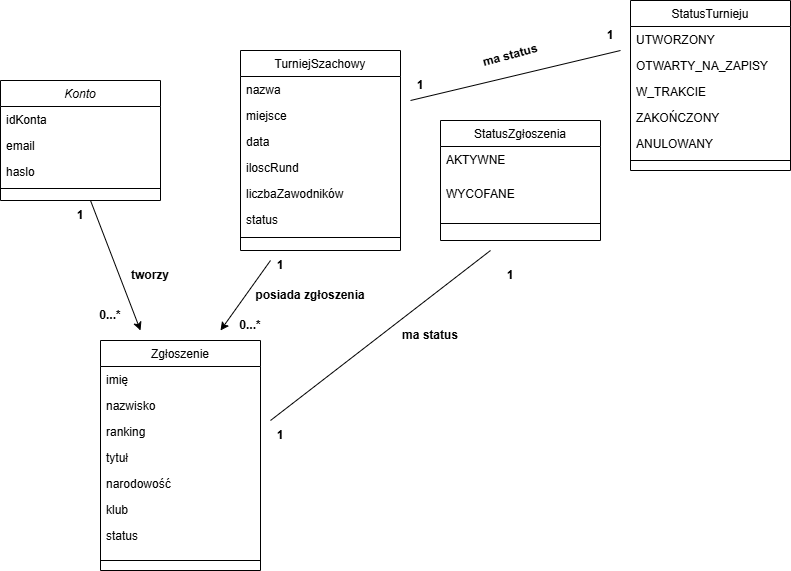
Before: diagramy uml/diagramy/Diagram klas.png, a diagram exported from draw.io (Winchesss/IO-projekt). Source tidied: cells renumbered, new cells last; positions are measured from the earlier drawing's top-left corner, leaving out a move shared by most shapes.
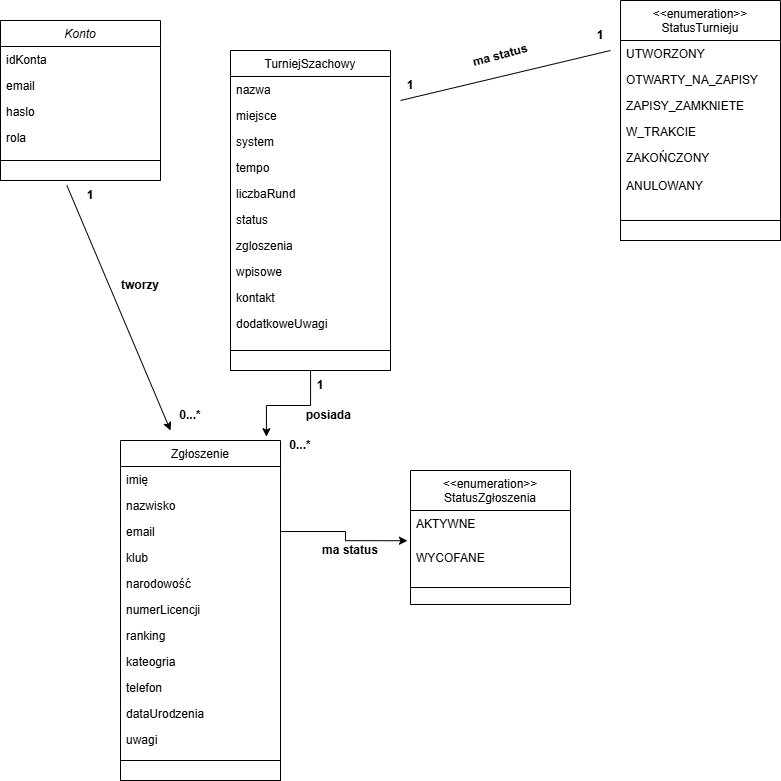
Above is the later version.

What changed in the source:
```diff
@@ -3,7 +3,7 @@
     <mxCell id="0" />
     <mxCell id="1" parent="0" />
     <mxCell id="2" value="Konto" style="swimlane;fontStyle=2;align=center;verticalAlign=top;horizontal=1;startSize=26;rounded=0;shadow=0;strokeWidth=1;" parent="1" vertex="1">
-      <mxGeometry y="80" width="160" height="120" as="geometry" />
+      <mxGeometry x="10" y="20" width="160" height="140" as="geometry" />
     </mxCell>
     <mxCell id="3" value="idKonta" style="text;align=left;verticalAlign=top;spacingLeft=4;spacingRight=4;overflow=hidden;" parent="2" vertex="1">
       <mxGeometry y="26" width="160" height="26" as="geometry" />
@@ -11,14 +11,14 @@
     <mxCell id="4" value="email" style="text;align=left;verticalAlign=top;spacingLeft=4;spacingRight=4;overflow=hidden;rounded=0;shadow=0;html=0;" parent="2" vertex="1">
       <mxGeometry y="52" width="160" height="26" as="geometry" />
     </mxCell>
-    <mxCell id="5" value="haslo" style="text;align=left;verticalAlign=top;spacingLeft=4;spacingRight=4;overflow=hidden;" parent="2" vertex="1">
+    <mxCell id="5" value="haslo&#10;&#10;rola" style="text;align=left;verticalAlign=top;spacingLeft=4;spacingRight=4;overflow=hidden;" parent="2" vertex="1">
       <mxGeometry y="78" width="160" height="26" as="geometry" />
     </mxCell>
-    <mxCell id="6" style="line;html=1;strokeWidth=1;align=left;verticalAlign=middle;spacingTop=-1;spacingLeft=3;spacingRight=3;labelPosition=right;" parent="2" vertex="1">
-      <mxGeometry y="104" width="160" height="8" as="geometry" />
-    </mxCell>
+    <mxCell id="51" value="rola" style="text;align=left;verticalAlign=top;spacingLeft=4;spacingRight=4;overflow=hidden;" parent="2" vertex="1">
+      <mxGeometry y="104" width="160" height="26" as="geometry" />
+    </mxCell>
     <mxCell id="7" value="Zgłoszenie" style="swimlane;fontStyle=0;align=center;verticalAlign=top;horizontal=1;startSize=26;rounded=0;shadow=0;strokeWidth=1;" parent="1" vertex="1">
-      <mxGeometry x="100" y="340" width="160" height="230" as="geometry" />
+      <mxGeometry x="130" y="440" width="160" height="320" as="geometry" />
     </mxCell>
     <mxCell id="8" value="imię" style="text;align=left;verticalAlign=top;spacingLeft=4;spacingRight=4;overflow=hidden;" parent="7" vertex="1">
       <mxGeometry y="26" width="160" height="26" as="geometry" />
@@ -26,41 +26,47 @@
     <mxCell id="9" value="nazwisko" style="text;align=left;verticalAlign=top;spacingLeft=4;spacingRight=4;overflow=hidden;rounded=0;shadow=0;html=0;" parent="7" vertex="1">
       <mxGeometry y="52" width="160" height="26" as="geometry" />
     </mxCell>
-    <mxCell id="10" value="ranking" style="text;align=left;verticalAlign=top;spacingLeft=4;spacingRight=4;overflow=hidden;points=[[0,0.5],[1,0.5]];portConstraint=eastwest;rounded=0;shadow=0;html=0;" parent="7" vertex="1">
+    <mxCell id="10" value="email" style="text;align=left;verticalAlign=top;spacingLeft=4;spacingRight=4;overflow=hidden;points=[[0,0.5],[1,0.5]];portConstraint=eastwest;rounded=0;shadow=0;html=0;" parent="7" vertex="1">
       <mxGeometry y="78" width="160" height="26" as="geometry" />
     </mxCell>
-    <mxCell id="11" value="tytuł" style="text;align=left;verticalAlign=top;spacingLeft=4;spacingRight=4;overflow=hidden;rounded=0;shadow=0;html=0;" parent="7" vertex="1">
+    <mxCell id="11" value="klub" style="text;align=left;verticalAlign=top;spacingLeft=4;spacingRight=4;overflow=hidden;rounded=0;shadow=0;html=0;" parent="7" vertex="1">
       <mxGeometry y="104" width="160" height="26" as="geometry" />
     </mxCell>
     <mxCell id="12" value="narodowość" style="text;align=left;verticalAlign=top;spacingLeft=4;spacingRight=4;overflow=hidden;rounded=0;shadow=0;html=0;" parent="7" vertex="1">
       <mxGeometry y="130" width="160" height="26" as="geometry" />
     </mxCell>
-    <mxCell id="13" value="klub" style="text;align=left;verticalAlign=top;spacingLeft=4;spacingRight=4;overflow=hidden;rounded=0;shadow=0;html=0;" parent="7" vertex="1">
+    <mxCell id="13" value="numerLicencji" style="text;align=left;verticalAlign=top;spacingLeft=4;spacingRight=4;overflow=hidden;rounded=0;shadow=0;html=0;" parent="7" vertex="1">
       <mxGeometry y="156" width="160" height="26" as="geometry" />
     </mxCell>
-    <mxCell id="14" value="status" style="text;align=left;verticalAlign=top;spacingLeft=4;spacingRight=4;overflow=hidden;rounded=0;shadow=0;html=0;" parent="7" vertex="1">
+    <mxCell id="14" value="ranking" style="text;align=left;verticalAlign=top;spacingLeft=4;spacingRight=4;overflow=hidden;rounded=0;shadow=0;html=0;" parent="7" vertex="1">
       <mxGeometry y="182" width="160" height="26" as="geometry" />
     </mxCell>
-    <mxCell id="15" style="endArrow=none;html=1;rounded=0;" parent="7" edge="1">
-      <mxGeometry relative="1" as="geometry">
-        <mxPoint y="220" as="sourcePoint" />
-        <mxPoint x="160" y="220" as="targetPoint" />
-      </mxGeometry>
-    </mxCell>
+    <mxCell id="52" value="kateogria" style="text;align=left;verticalAlign=top;spacingLeft=4;spacingRight=4;overflow=hidden;rounded=0;shadow=0;html=0;" parent="7" vertex="1">
+      <mxGeometry y="208" width="160" height="26" as="geometry" />
+    </mxCell>
+    <mxCell id="53" value="telefon" style="text;align=left;verticalAlign=top;spacingLeft=4;spacingRight=4;overflow=hidden;rounded=0;shadow=0;html=0;" parent="7" vertex="1">
+      <mxGeometry y="234" width="160" height="26" as="geometry" />
+    </mxCell>
+    <mxCell id="54" value="dataUrodzenia" style="text;align=left;verticalAlign=top;spacingLeft=4;spacingRight=4;overflow=hidden;rounded=0;shadow=0;html=0;" parent="7" vertex="1">
+      <mxGeometry y="260" width="160" height="26" as="geometry" />
+    </mxCell>
+    <mxCell id="55" value="uwagi" style="text;align=left;verticalAlign=top;spacingLeft=4;spacingRight=4;overflow=hidden;rounded=0;shadow=0;html=0;" parent="7" vertex="1">
+      <mxGeometry y="286" width="160" height="26" as="geometry" />
+    </mxCell>
-    <mxCell id="16" value="StatusZgłoszenia" style="swimlane;fontStyle=0;align=center;verticalAlign=top;horizontal=1;startSize=26;rounded=0;shadow=0;strokeWidth=1;" parent="1" vertex="1">
-      <mxGeometry x="440" y="120" width="160" height="120" as="geometry" />
+    <mxCell id="16" value="&lt;&lt;enumeration&gt;&gt;&#10;StatusZgłoszenia" style="swimlane;fontStyle=0;align=center;verticalAlign=top;horizontal=1;startSize=40;rounded=0;shadow=0;strokeWidth=1;" parent="1" vertex="1">
+      <mxGeometry x="420" y="470" width="160" height="134" as="geometry" />
     </mxCell>
     <mxCell id="17" value="AKTYWNE" style="text;align=left;verticalAlign=top;spacingLeft=4;spacingRight=4;overflow=hidden;" parent="16" vertex="1">
-      <mxGeometry y="26" width="160" height="34" as="geometry" />
+      <mxGeometry y="40" width="160" height="34" as="geometry" />
     </mxCell>
     <mxCell id="18" value="WYCOFANE" style="text;align=left;verticalAlign=top;spacingLeft=4;spacingRight=4;overflow=hidden;points=[[0,0.5],[1,0.5]];portConstraint=eastwest;" parent="16" vertex="1">
-      <mxGeometry y="60" width="160" height="26" as="geometry" />
+      <mxGeometry y="74" width="160" height="26" as="geometry" />
     </mxCell>
     <mxCell id="19" style="line;html=1;strokeWidth=1;align=left;verticalAlign=middle;spacingTop=-1;spacingLeft=3;spacingRight=3;labelPosition=right;" parent="16" vertex="1">
-      <mxGeometry y="86" width="160" height="34" as="geometry" />
+      <mxGeometry y="100" width="160" height="34" as="geometry" />
     </mxCell>
     <mxCell id="20" value="TurniejSzachowy" style="swimlane;fontStyle=0;align=center;verticalAlign=top;horizontal=1;startSize=26;rounded=0;shadow=0;strokeWidth=1;" parent="1" vertex="1">
-      <mxGeometry x="240" y="50" width="160" height="200" as="geometry" />
+      <mxGeometry x="240" y="50" width="160" height="300" as="geometry" />
     </mxCell>
     <mxCell id="21" value="nazwa" style="text;align=left;verticalAlign=top;spacingLeft=4;spacingRight=4;overflow=hidden;" parent="20" vertex="1">
       <mxGeometry y="26" width="160" height="26" as="geometry" />
@@ -68,86 +74,73 @@
     <mxCell id="22" value="miejsce" style="text;align=left;verticalAlign=top;spacingLeft=4;spacingRight=4;overflow=hidden;rounded=0;shadow=0;html=0;" parent="20" vertex="1">
       <mxGeometry y="52" width="160" height="26" as="geometry" />
     </mxCell>
-    <mxCell id="23" value="data" style="text;align=left;verticalAlign=top;spacingLeft=4;spacingRight=4;overflow=hidden;rounded=0;shadow=0;html=0;" parent="20" vertex="1">
+    <mxCell id="23" value="system" style="text;align=left;verticalAlign=top;spacingLeft=4;spacingRight=4;overflow=hidden;rounded=0;shadow=0;html=0;" parent="20" vertex="1">
       <mxGeometry y="78" width="160" height="26" as="geometry" />
     </mxCell>
-    <mxCell id="24" value="iloscRund" style="text;align=left;verticalAlign=top;spacingLeft=4;spacingRight=4;overflow=hidden;rounded=0;shadow=0;html=0;" parent="20" vertex="1">
+    <mxCell id="24" value="tempo" style="text;align=left;verticalAlign=top;spacingLeft=4;spacingRight=4;overflow=hidden;rounded=0;shadow=0;html=0;" parent="20" vertex="1">
       <mxGeometry y="104" width="160" height="26" as="geometry" />
     </mxCell>
-    <mxCell id="25" value="liczbaZawodników" style="text;align=left;verticalAlign=top;spacingLeft=4;spacingRight=4;overflow=hidden;rounded=0;shadow=0;html=0;" parent="20" vertex="1">
+    <mxCell id="25" value="liczbaRund" style="text;align=left;verticalAlign=top;spacingLeft=4;spacingRight=4;overflow=hidden;rounded=0;shadow=0;html=0;" parent="20" vertex="1">
       <mxGeometry y="130" width="160" height="26" as="geometry" />
     </mxCell>
     <mxCell id="26" value="status" style="text;align=left;verticalAlign=top;spacingLeft=4;spacingRight=4;overflow=hidden;" parent="20" vertex="1">
       <mxGeometry y="156" width="160" height="26" as="geometry" />
     </mxCell>
-    <mxCell id="27" style="line;html=1;strokeWidth=1;align=left;verticalAlign=middle;spacingTop=-1;spacingLeft=3;spacingRight=3;labelPosition=right;" parent="20" vertex="1">
-      <mxGeometry y="182" width="160" height="10" as="geometry" />
-    </mxCell>
+    <mxCell id="56" value="zgloszenia" style="text;align=left;verticalAlign=top;spacingLeft=4;spacingRight=4;overflow=hidden;" parent="20" vertex="1">
+      <mxGeometry y="182" width="160" height="26" as="geometry" />
+    </mxCell>
+    <mxCell id="57" value="wpisowe" style="text;align=left;verticalAlign=top;spacingLeft=4;spacingRight=4;overflow=hidden;" parent="20" vertex="1">
+      <mxGeometry y="208" width="160" height="26" as="geometry" />
+    </mxCell>
+    <mxCell id="58" value="kontakt" style="text;align=left;verticalAlign=top;spacingLeft=4;spacingRight=4;overflow=hidden;" parent="20" vertex="1">
+      <mxGeometry y="234" width="160" height="26" as="geometry" />
+    </mxCell>
+    <mxCell id="59" value="dodatkoweUwagi" style="text;align=left;verticalAlign=top;spacingLeft=4;spacingRight=4;overflow=hidden;" parent="20" vertex="1">
+      <mxGeometry y="260" width="160" height="26" as="geometry" />
+    </mxCell>
-    <mxCell id="28" value="StatusTurnieju" style="swimlane;fontStyle=0;align=center;verticalAlign=top;horizontal=1;startSize=26;rounded=0;shadow=0;strokeWidth=1;" parent="1" vertex="1">
-      <mxGeometry x="630" width="160" height="170" as="geometry" />
+    <mxCell id="28" value="&lt;&lt;enumeration&gt;&gt;&#10;StatusTurnieju" style="swimlane;fontStyle=0;align=center;verticalAlign=top;horizontal=1;startSize=40;rounded=0;shadow=0;strokeWidth=1;" parent="1" vertex="1">
+      <mxGeometry x="630" width="160" height="220" as="geometry" />
     </mxCell>
     <mxCell id="29" value="UTWORZONY" style="text;align=left;verticalAlign=top;spacingLeft=4;spacingRight=4;overflow=hidden;" parent="28" vertex="1">
-      <mxGeometry y="26" width="160" height="26" as="geometry" />
+      <mxGeometry y="40" width="160" height="26" as="geometry" />
     </mxCell>
     <mxCell id="30" value="OTWARTY_NA_ZAPISY" style="text;align=left;verticalAlign=top;spacingLeft=4;spacingRight=4;overflow=hidden;" parent="28" vertex="1">
-      <mxGeometry y="52" width="160" height="26" as="geometry" />
+      <mxGeometry y="66" width="160" height="26" as="geometry" />
     </mxCell>
-    <mxCell id="31" value="W_TRAKCIE" style="text;align=left;verticalAlign=top;spacingLeft=4;spacingRight=4;overflow=hidden;" parent="28" vertex="1">
-      <mxGeometry y="78" width="160" height="26" as="geometry" />
+    <mxCell id="31" value="ZAPISY_ZAMKNIETE" style="text;align=left;verticalAlign=top;spacingLeft=4;spacingRight=4;overflow=hidden;" parent="28" vertex="1">
+      <mxGeometry y="92" width="160" height="26" as="geometry" />
     </mxCell>
-    <mxCell id="32" value="ZAKOŃCZONY" style="text;align=left;verticalAlign=top;spacingLeft=4;spacingRight=4;overflow=hidden;" parent="28" vertex="1">
-      <mxGeometry y="104" width="160" height="26" as="geometry" />
+    <mxCell id="32" value="W_TRAKCIE" style="text;align=left;verticalAlign=top;spacingLeft=4;spacingRight=4;overflow=hidden;" parent="28" vertex="1">
+      <mxGeometry y="118" width="160" height="26" as="geometry" />
     </mxCell>
-    <mxCell id="33" value="ANULOWANY" style="text;align=left;verticalAlign=top;spacingLeft=4;spacingRight=4;overflow=hidden;" parent="28" vertex="1">
-      <mxGeometry y="130" width="160" height="26" as="geometry" />
+    <mxCell id="33" value="ZAKOŃCZONY&#10;&#10;ANULOWANY" style="text;align=left;verticalAlign=top;spacingLeft=4;spacingRight=4;overflow=hidden;" parent="28" vertex="1">
+      <mxGeometry y="144" width="160" as="geometry" />
     </mxCell>
-    <mxCell id="34" style="line;strokeWidth=1;fillColor=none;align=left;verticalAlign=middle;spacingTop=-1;spacingLeft=3;spacingRight=3;labelPosition=right;strokeColor=inherit;" parent="28" vertex="1">
-      <mxGeometry y="156" width="160" height="8" as="geometry" />
-    </mxCell>
-    <mxCell id="35" style="endArrow=classic;html=1;rounded=0;" parent="1" edge="1">
+    <mxCell id="35" style="endArrow=classic;html=1;rounded=0;exitX=0.415;exitY=1.25;exitDx=0;exitDy=0;exitPerimeter=0;" parent="1" edge="1" source="61">
       <mxGeometry relative="1" as="geometry">
-        <mxPoint x="90" y="200" as="sourcePoint" />
-        <mxPoint x="140" y="330" as="targetPoint" />
+        <mxPoint x="180" y="430" as="targetPoint" />
       </mxGeometry>
     </mxCell>
-    <mxCell id="36" style="endArrow=classic;html=1;rounded=0;" parent="1" edge="1">
-      <mxGeometry relative="1" as="geometry">
-        <mxPoint x="270" y="260" as="sourcePoint" />
-        <mxPoint x="220" y="330" as="targetPoint" />
-      </mxGeometry>
-    </mxCell>
     <mxCell id="37" value="&lt;b&gt;0...*&lt;/b&gt;" style="text;html=1;whiteSpace=wrap;strokeColor=none;fillColor=none;align=center;verticalAlign=middle;rounded=0;" parent="1" vertex="1">
-      <mxGeometry x="80" y="300" width="60" height="30" as="geometry" />
+      <mxGeometry x="170" y="400" width="60" height="30" as="geometry" />
     </mxCell>
     <mxCell id="38" value="&lt;b&gt;1&lt;/b&gt;" style="text;html=1;whiteSpace=wrap;strokeColor=none;fillColor=none;align=center;verticalAlign=middle;rounded=0;" parent="1" vertex="1">
-      <mxGeometry x="50" y="200" width="60" height="30" as="geometry" />
+      <mxGeometry x="70" y="180" width="60" height="30" as="geometry" />
     </mxCell>
     <mxCell id="39" value="&lt;b&gt;0...*&lt;/b&gt;" style="text;html=1;whiteSpace=wrap;strokeColor=none;fillColor=none;align=center;verticalAlign=middle;rounded=0;" parent="1" vertex="1">
-      <mxGeometry x="220" y="310" width="60" height="30" as="geometry" />
+      <mxGeometry x="280" y="430" width="60" height="30" as="geometry" />
     </mxCell>
-    <mxCell id="40" value="&lt;b&gt;1&lt;/b&gt;" style="text;html=1;whiteSpace=wrap;strokeColor=none;fillColor=none;align=center;verticalAlign=middle;rounded=0;" parent="1" vertex="1">
-      <mxGeometry x="250" y="250" width="60" height="30" as="geometry" />
-    </mxCell>
     <mxCell id="41" value="&lt;b&gt;tworzy&lt;/b&gt;" style="text;html=1;whiteSpace=wrap;strokeColor=none;fillColor=none;align=center;verticalAlign=middle;rounded=0;" parent="1" vertex="1">
-      <mxGeometry x="120" y="260" width="60" height="30" as="geometry" />
+      <mxGeometry x="120" y="270" width="60" height="30" as="geometry" />
     </mxCell>
-    <mxCell id="42" value="&lt;b&gt;posiada zgłoszenia&lt;/b&gt;" style="text;html=1;whiteSpace=wrap;strokeColor=none;fillColor=none;align=center;verticalAlign=middle;rounded=0;" parent="1" vertex="1">
-      <mxGeometry x="240" y="280" width="140" height="30" as="geometry" />
+    <mxCell id="42" value="&lt;b&gt;posiada&amp;nbsp;&lt;/b&gt;" style="text;html=1;whiteSpace=wrap;strokeColor=none;fillColor=none;align=center;verticalAlign=middle;rounded=0;" parent="1" vertex="1">
+      <mxGeometry x="270" y="400" width="140" height="30" as="geometry" />
     </mxCell>
-    <mxCell id="43" style="endArrow=none;html=1;rounded=0;" parent="1" edge="1">
-      <mxGeometry relative="1" as="geometry">
-        <mxPoint x="270" y="420" as="sourcePoint" />
-        <mxPoint x="490" y="250" as="targetPoint" />
-      </mxGeometry>
-    </mxCell>
     <mxCell id="44" value="&lt;b&gt;ma status&lt;/b&gt;" style="text;html=1;whiteSpace=wrap;strokeColor=none;fillColor=none;align=center;verticalAlign=middle;rounded=0;" parent="1" vertex="1">
-      <mxGeometry x="400" y="320" width="60" height="30" as="geometry" />
+      <mxGeometry x="330" y="535" width="60" height="30" as="geometry" />
     </mxCell>
-    <mxCell id="45" value="&lt;b&gt;1&lt;/b&gt;" style="text;html=1;whiteSpace=wrap;strokeColor=none;fillColor=none;align=center;verticalAlign=middle;rounded=0;" parent="1" vertex="1">
-      <mxGeometry x="250" y="420" width="60" height="30" as="geometry" />
-    </mxCell>
     <mxCell id="46" value="&lt;b&gt;1&lt;/b&gt;" style="text;html=1;whiteSpace=wrap;strokeColor=none;fillColor=none;align=center;verticalAlign=middle;rounded=0;" parent="1" vertex="1">
-      <mxGeometry x="480" y="260" width="60" height="30" as="geometry" />
+      <mxGeometry x="300" y="370" width="60" height="30" as="geometry" />
     </mxCell>
     <mxCell id="47" style="endArrow=none;html=1;rounded=0;" parent="1" edge="1">
       <mxGeometry relative="1" as="geometry">
@@ -164,5 +157,26 @@
     <mxCell id="50" value="&lt;b&gt;1&lt;/b&gt;" style="text;html=1;whiteSpace=wrap;strokeColor=none;fillColor=none;align=center;verticalAlign=middle;rounded=0;" parent="1" vertex="1">
       <mxGeometry x="580" y="20" width="60" height="30" as="geometry" />
     </mxCell>
+    <mxCell id="60" style="rounded=0;whiteSpace=wrap;html=1;fillColor=none;" parent="1" vertex="1">
+      <mxGeometry x="630" y="220" width="160" height="20" as="geometry" />
+    </mxCell>
+    <mxCell id="61" style="rounded=0;whiteSpace=wrap;html=1;fillColor=none;" parent="1" vertex="1">
+      <mxGeometry x="10" y="160" width="160" height="20" as="geometry" />
+    </mxCell>
+    <mxCell id="62" style="rounded=0;whiteSpace=wrap;html=1;fillColor=none;" parent="1" vertex="1">
+      <mxGeometry x="240" y="350" width="160" height="20" as="geometry" />
+    </mxCell>
+    <mxCell id="63" style="rounded=0;whiteSpace=wrap;html=1;fillColor=none;" parent="1" vertex="1">
+      <mxGeometry x="130" y="760" width="160" height="20" as="geometry" />
+    </mxCell>
+    <mxCell id="64" style="edgeStyle=orthogonalEdgeStyle;rounded=0;jettySize=auto;html=1;entryX=0.912;entryY=-0.012;entryDx=0;entryDy=0;entryPerimeter=0;" parent="1" edge="1" source="62" target="7">
+      <mxGeometry relative="1" as="geometry" />
+    </mxCell>
+    <mxCell id="65" style="edgeStyle=orthogonalEdgeStyle;rounded=0;orthogonalLoop=1;jettySize=auto;html=1;exitX=0.5;exitY=1;exitDx=0;exitDy=0;" parent="1" edge="1" source="42" target="42">
+      <mxGeometry relative="1" as="geometry" />
+    </mxCell>
+    <mxCell id="66" style="edgeStyle=orthogonalEdgeStyle;rounded=0;jettySize=auto;html=1;entryX=-0.019;entryY=-0.145;entryDx=0;entryDy=0;entryPerimeter=0;" parent="1" edge="1" source="10" target="18">
+      <mxGeometry relative="1" as="geometry" />
+    </mxCell>
   </root>
 </mxGraphModel>
```
